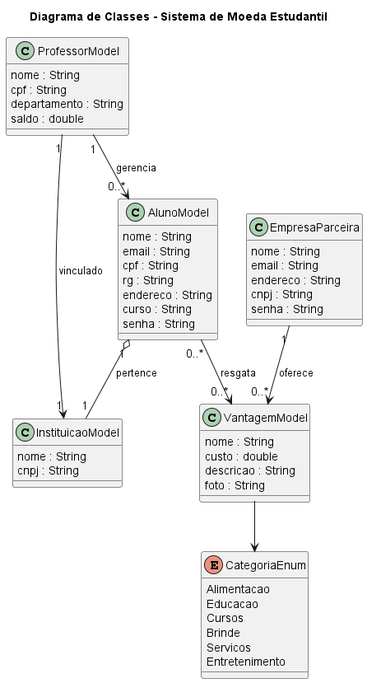
Earlier version of the PlantUML export docs/DiagramaClasses.png (Gb1201/SistemaMoedaEstudantil). The source it was exported from:
```plantuml
@startuml
title Diagrama de Classes - Sistema de Moeda Estudantil

enum CategoriaEnum {
  Alimentacao
  Educacao
  Cursos
  Brinde
  Servicos
  Entretenimento
}


class AlunoModel {
  nome : String
  email : String
  cpf : String
  rg : String
  endereco : String
  curso : String
  senha : String
}

class InstituicaoModel {
  nome : String
  cnpj : String
}

class ProfessorModel {
  nome : String
  cpf : String
  departamento : String
  saldo : double
}

class VantagemModel {
  nome : String
  custo : double
  descricao : String
  foto : String
}

class EmpresaParceira {
  nome : String
  email : String
  endereco : String
  cnpj : String
  senha : String
}


AlunoModel "1" o-- "1" InstituicaoModel : pertence

ProfessorModel "1" --> "1" InstituicaoModel : vinculado

ProfessorModel "1" --> "0..*" AlunoModel : gerencia

EmpresaParceira "1" --> "0..*" VantagemModel : oferece

AlunoModel "0..*" --> "0..*" VantagemModel : resgata

VantagemModel --> CategoriaEnum

@enduml
```
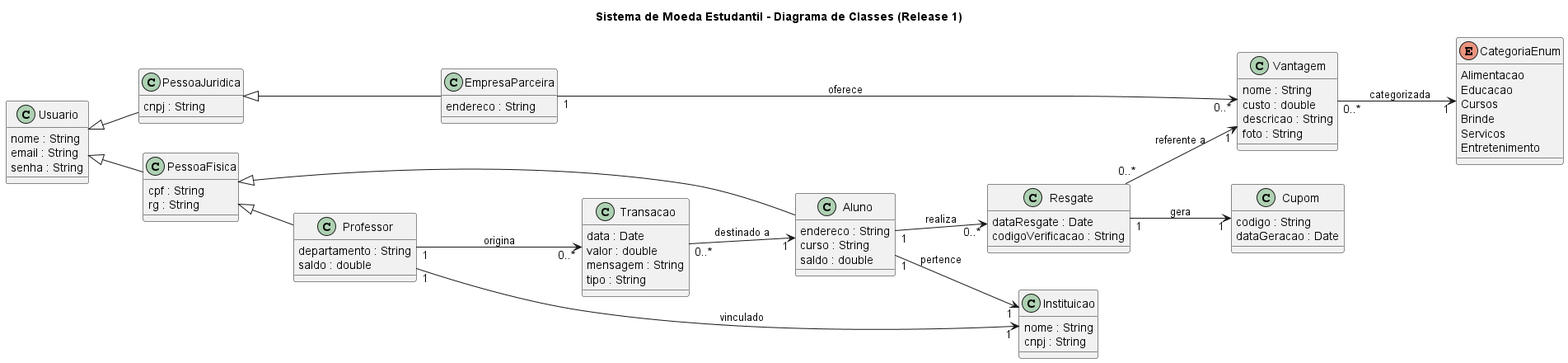
After the change.

What changed in the source:
```diff
@@ -1,5 +1,6 @@
 @startuml
-title Diagrama de Classes - Sistema de Moeda Estudantil
+title Sistema de Moeda Estudantil - Diagrama de Classes (Release 1)
+left to right direction
 
 enum CategoriaEnum {
   Alimentacao
@@ -10,55 +11,83 @@
   Entretenimento
 }
 
-
-class AlunoModel {
+class Usuario {
   nome : String
   email : String
-  cpf : String
-  rg : String
-  endereco : String
-  curso : String
   senha : String
 }
 
-class InstituicaoModel {
+class PessoaFisica {
+  cpf : String
+  rg : String
+}
+
+class PessoaJuridica {
+  cnpj : String
+}
+
+Usuario <|-- PessoaFisica
+Usuario <|-- PessoaJuridica
+
+class Aluno {
+  endereco : String
+  curso : String
+  saldo : double
+}
+
+class Professor {
+  departamento : String
+  saldo : double
+}
+
+class EmpresaParceira {
+  endereco : String
+}
+
+PessoaFisica <|-- Aluno
+PessoaFisica <|-- Professor
+PessoaJuridica <|-- EmpresaParceira
+
+class Instituicao {
   nome : String
   cnpj : String
 }
 
-class ProfessorModel {
-  nome : String
-  cpf : String
-  departamento : String
-  saldo : double
+Aluno "1" --> "1" Instituicao : pertence
+Professor "1" --> "1" Instituicao : vinculado
+
+class Transacao {
+  data : Date
+  valor : double
+  mensagem : String
+  tipo : String
 }
 
-class VantagemModel {
+Professor "1" --> "0..*" Transacao : origina
+Transacao "0..*" --> "1" Aluno : destinado a
+
+class Vantagem {
   nome : String
   custo : double
   descricao : String
   foto : String
 }
 
-class EmpresaParceira {
-  nome : String
-  email : String
-  endereco : String
-  cnpj : String
-  senha : String
+EmpresaParceira "1" --> "0..*" Vantagem : oferece
+Vantagem "0..*" --> "1" CategoriaEnum : categorizada
+
+class Resgate {
+  dataResgate : Date
+  codigoVerificacao : String
 }
 
+class Cupom {
+  codigo : String
+  dataGeracao : Date
+}
 
-AlunoModel "1" o-- "1" InstituicaoModel : pertence
-
-ProfessorModel "1" --> "1" InstituicaoModel : vinculado
-
-ProfessorModel "1" --> "0..*" AlunoModel : gerencia
-
-EmpresaParceira "1" --> "0..*" VantagemModel : oferece
-
-AlunoModel "0..*" --> "0..*" VantagemModel : resgata
-
-VantagemModel --> CategoriaEnum
+Aluno "1" --> "0..*" Resgate : realiza
+Resgate "0..*" --> "1" Vantagem : referente a
+Resgate "1" --> "1" Cupom : gera
 
 @enduml
```
